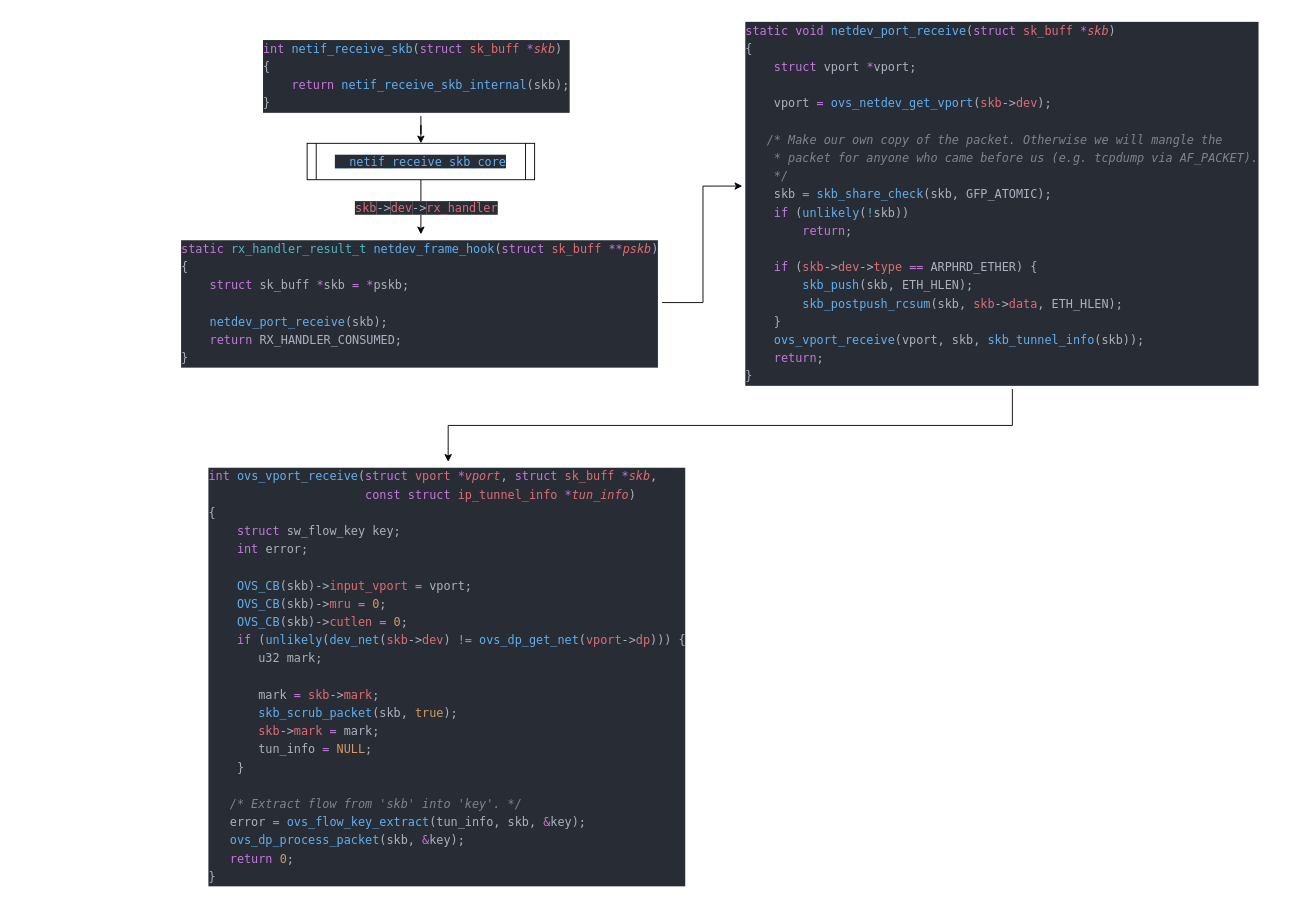
This is annotation/ovs/datapath/frame_hook.drawio from ChaosXu/linux-src-annotated, a draw.io file, before an edit. Source tidied: cells renumbered, new cells numbered last; positions are measured from the earlier drawing's top-left corner, leaving out a move shared by most shapes. Both pictures are drawn from the tidied source at 91%, with x=0, y=0 at pixel (179, 15).
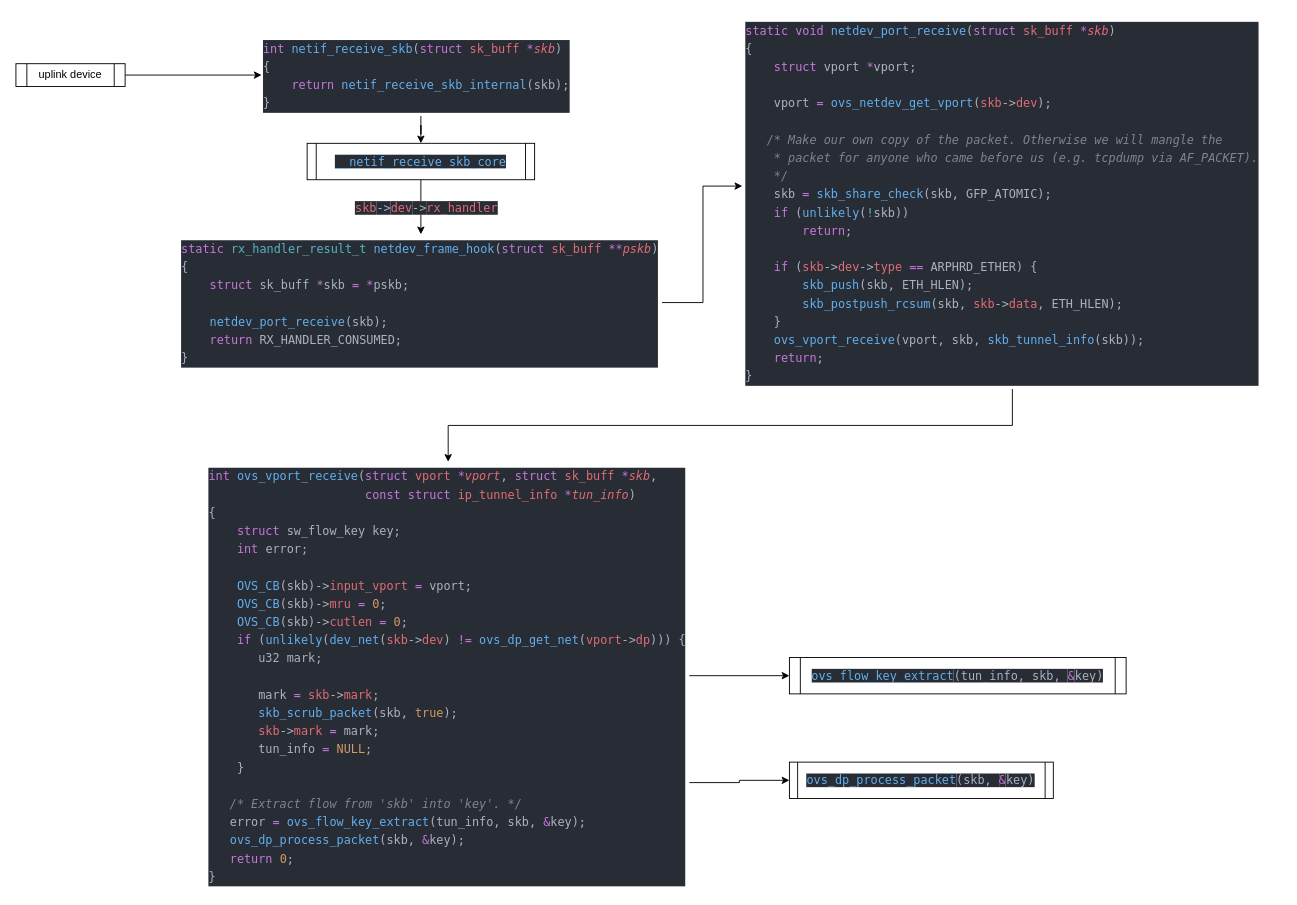
Above is the later version.

Unchanged cells that the change refers to:
```xml
<mxCell id="3" value="&lt;div style=&quot;color: rgb(171 , 178 , 191) ; background-color: rgb(40 , 44 , 52) ; font-family: &amp;#34;monaco&amp;#34; , &amp;#34;menlo&amp;#34; , &amp;#34;monaco&amp;#34; , &amp;#34;courier new&amp;#34; , monospace ; font-weight: normal ; font-size: 13px ; line-height: 20px&quot;&gt;&lt;div&gt;&lt;span style=&quot;color: #c678dd&quot;&gt;int&lt;/span&gt;&lt;span style=&quot;color: #abb2bf&quot;&gt; &lt;/span&gt;&lt;span style=&quot;color: #61afef&quot;&gt;netif_receive_skb&lt;/span&gt;&lt;span style=&quot;color: #abb2bf&quot;&gt;(&lt;/span&gt;&lt;span style=&quot;color: #c678dd&quot;&gt;struct&lt;/span&gt;&lt;span style=&quot;color: #e06c75&quot;&gt; sk_buff &lt;/span&gt;&lt;span style=&quot;color: #c678dd&quot;&gt;*&lt;/span&gt;&lt;span style=&quot;color: #e06c75 ; font-style: italic&quot;&gt;skb&lt;/span&gt;&lt;span style=&quot;color: #abb2bf&quot;&gt;)&lt;/span&gt;&lt;/div&gt;&lt;div&gt;&lt;span style=&quot;color: #abb2bf&quot;&gt;{&lt;/span&gt;&lt;/div&gt;&lt;div&gt;&lt;span style=&quot;color: rgb(198 , 120 , 221)&quot;&gt;&amp;nbsp; &amp;nbsp; return&lt;/span&gt; &lt;span style=&quot;color: rgb(97 , 175 , 239)&quot;&gt;netif_receive_skb_internal&lt;/span&gt;(skb);&lt;br&gt;&lt;/div&gt;&lt;div&gt;&lt;span style=&quot;color: #abb2bf&quot;&gt;}&lt;/span&gt;&lt;/div&gt;&lt;/div&gt;" style="text;whiteSpace=wrap;html=1;" parent="1" vertex="1">
  <mxGeometry x="90" y="20" width="350" height="90" as="geometry" />
</mxCell>
<mxCell id="11" value="&lt;div style=&quot;color: rgb(171 , 178 , 191) ; background-color: rgb(40 , 44 , 52) ; font-family: &amp;#34;monaco&amp;#34; , &amp;#34;menlo&amp;#34; , &amp;#34;monaco&amp;#34; , &amp;#34;courier new&amp;#34; , monospace ; font-weight: normal ; font-size: 13px ; line-height: 20px&quot;&gt;&lt;div&gt;&lt;span style=&quot;color: #c678dd&quot;&gt;int&lt;/span&gt;&lt;span style=&quot;color: #abb2bf&quot;&gt; &lt;/span&gt;&lt;span style=&quot;color: #61afef&quot;&gt;ovs_vport_receive&lt;/span&gt;&lt;span style=&quot;color: #abb2bf&quot;&gt;(&lt;/span&gt;&lt;span style=&quot;color: #c678dd&quot;&gt;struct&lt;/span&gt;&lt;span style=&quot;color: #e06c75&quot;&gt; vport &lt;/span&gt;&lt;span style=&quot;color: #c678dd&quot;&gt;*&lt;/span&gt;&lt;span style=&quot;color: #e06c75 ; font-style: italic&quot;&gt;vport&lt;/span&gt;&lt;span style=&quot;color: #abb2bf&quot;&gt;,&lt;/span&gt;&lt;span style=&quot;color: #e06c75&quot;&gt; &lt;/span&gt;&lt;span style=&quot;color: #c678dd&quot;&gt;struct&lt;/span&gt;&lt;span style=&quot;color: #e06c75&quot;&gt; sk_buff &lt;/span&gt;&lt;span style=&quot;color: #c678dd&quot;&gt;*&lt;/span&gt;&lt;span style=&quot;color: #e06c75 ; font-style: italic&quot;&gt;skb&lt;/span&gt;&lt;span style=&quot;color: #abb2bf&quot;&gt;,&lt;/span&gt;&lt;/div&gt;&lt;div&gt;&lt;span style=&quot;color: #e06c75&quot;&gt;&lt;/span&gt;&lt;span style=&quot;color: #c678dd&quot;&gt;&amp;nbsp; &amp;nbsp; &amp;nbsp; &amp;nbsp; &amp;nbsp; &amp;nbsp; &amp;nbsp; &amp;nbsp; &amp;nbsp; &amp;nbsp; &amp;nbsp; const&lt;/span&gt;&lt;span style=&quot;color: #e06c75&quot;&gt; &lt;/span&gt;&lt;span style=&quot;color: #c678dd&quot;&gt;struct&lt;/span&gt;&lt;span style=&quot;color: #e06c75&quot;&gt; ip_tunnel_info &lt;/span&gt;&lt;span style=&quot;color: #c678dd&quot;&gt;*&lt;/span&gt;&lt;span style=&quot;color: #e06c75 ; font-style: italic&quot;&gt;tun_info&lt;/span&gt;&lt;span style=&quot;color: #abb2bf&quot;&gt;)&lt;/span&gt;&lt;/div&gt;&lt;div&gt;&lt;span style=&quot;color: #abb2bf&quot;&gt;{&lt;/span&gt;&lt;/div&gt;&lt;div&gt;&lt;span style=&quot;color: #abb2bf&quot;&gt;&lt;/span&gt;&lt;span style=&quot;color: #c678dd&quot;&gt;&amp;nbsp; &amp;nbsp; struct&lt;/span&gt;&lt;span style=&quot;color: #abb2bf&quot;&gt; sw_flow_key key;&lt;/span&gt;&lt;/div&gt;&lt;div&gt;&lt;span style=&quot;color: #abb2bf&quot;&gt;&lt;/span&gt;&lt;span style=&quot;color: #c678dd&quot;&gt;&amp;nbsp; &amp;nbsp; int&lt;/span&gt;&lt;span style=&quot;color: #abb2bf&quot;&gt; error;&lt;/span&gt;&lt;/div&gt;&lt;br&gt;&lt;div&gt;&lt;span style=&quot;color: #abb2bf&quot;&gt;&lt;/span&gt;&lt;span style=&quot;color: #61afef&quot;&gt;&amp;nbsp; &amp;nbsp; OVS_CB&lt;/span&gt;&lt;span style=&quot;color: #abb2bf&quot;&gt;(skb)-&amp;gt;&lt;/span&gt;&lt;span style=&quot;color: #e06c75&quot;&gt;input_vport&lt;/span&gt;&lt;span style=&quot;color: #abb2bf&quot;&gt; &lt;/span&gt;&lt;span style=&quot;color: #c678dd&quot;&gt;=&lt;/span&gt;&lt;span style=&quot;color: #abb2bf&quot;&gt; vport;&lt;/span&gt;&lt;/div&gt;&lt;div&gt;&lt;span style=&quot;color: #abb2bf&quot;&gt;&lt;/span&gt;&lt;span style=&quot;color: #61afef&quot;&gt;&amp;nbsp; &amp;nbsp; OVS_CB&lt;/span&gt;&lt;span style=&quot;color: #abb2bf&quot;&gt;(skb)-&amp;gt;&lt;/span&gt;&lt;span style=&quot;color: #e06c75&quot;&gt;mru&lt;/span&gt;&lt;span style=&quot;color: #abb2bf&quot;&gt; &lt;/span&gt;&lt;span style=&quot;color: #c678dd&quot;&gt;=&lt;/span&gt;&lt;span style=&quot;color: #abb2bf&quot;&gt; &lt;/span&gt;&lt;span style=&quot;color: #d19a66&quot;&gt;0&lt;/span&gt;&lt;span style=&quot;color: #abb2bf&quot;&gt;;&lt;/span&gt;&lt;/div&gt;&lt;div&gt;&lt;span style=&quot;color: #abb2bf&quot;&gt;&lt;/span&gt;&lt;span style=&quot;color: #61afef&quot;&gt;&amp;nbsp; &amp;nbsp; OVS_CB&lt;/span&gt;&lt;span style=&quot;color: #abb2bf&quot;&gt;(skb)-&amp;gt;&lt;/span&gt;&lt;span style=&quot;color: #e06c75&quot;&gt;cutlen&lt;/span&gt;&lt;span style=&quot;color: #abb2bf&quot;&gt; &lt;/span&gt;&lt;span style=&quot;color: #c678dd&quot;&gt;=&lt;/span&gt;&lt;span style=&quot;color: #abb2bf&quot;&gt; &lt;/span&gt;&lt;span style=&quot;color: #d19a66&quot;&gt;0&lt;/span&gt;&lt;span style=&quot;color: #abb2bf&quot;&gt;;&lt;/span&gt;&lt;/div&gt;&lt;div&gt;&lt;span style=&quot;color: #abb2bf&quot;&gt;&lt;/span&gt;&lt;span style=&quot;color: #c678dd&quot;&gt;&amp;nbsp; &amp;nbsp; if&lt;/span&gt;&lt;span style=&quot;color: #abb2bf&quot;&gt; (&lt;/span&gt;&lt;span style=&quot;color: #61afef&quot;&gt;unlikely&lt;/span&gt;&lt;span style=&quot;color: #abb2bf&quot;&gt;(&lt;/span&gt;&lt;span style=&quot;color: #61afef&quot;&gt;dev_net&lt;/span&gt;&lt;span style=&quot;color: #abb2bf&quot;&gt;(&lt;/span&gt;&lt;span style=&quot;color: #e06c75&quot;&gt;skb&lt;/span&gt;&lt;span style=&quot;color: #abb2bf&quot;&gt;-&amp;gt;&lt;/span&gt;&lt;span style=&quot;color: #e06c75&quot;&gt;dev&lt;/span&gt;&lt;span style=&quot;color: #abb2bf&quot;&gt;) &lt;/span&gt;&lt;span style=&quot;color: #c678dd&quot;&gt;!=&lt;/span&gt;&lt;span style=&quot;color: #abb2bf&quot;&gt; &lt;/span&gt;&lt;span style=&quot;color: #61afef&quot;&gt;ovs_dp_get_net&lt;/span&gt;&lt;span style=&quot;color: #abb2bf&quot;&gt;(&lt;/span&gt;&lt;span style=&quot;color: #e06c75&quot;&gt;vport&lt;/span&gt;&lt;span style=&quot;color: #abb2bf&quot;&gt;-&amp;gt;&lt;/span&gt;&lt;span style=&quot;color: #e06c75&quot;&gt;dp&lt;/span&gt;&lt;span style=&quot;color: #abb2bf&quot;&gt;))) {&lt;/span&gt;&lt;/div&gt;&lt;div&gt;&lt;span style=&quot;color: #abb2bf&quot;&gt;&amp;nbsp; &amp;nbsp; &amp;nbsp; &amp;nbsp;u32 mark;&lt;/span&gt;&lt;/div&gt;&lt;br&gt;&lt;div&gt;&lt;span style=&quot;color: #abb2bf&quot;&gt;&amp;nbsp; &amp;nbsp; &amp;nbsp; &amp;nbsp;mark &lt;/span&gt;&lt;span style=&quot;color: #c678dd&quot;&gt;=&lt;/span&gt;&lt;span style=&quot;color: #abb2bf&quot;&gt; &lt;/span&gt;&lt;span style=&quot;color: #e06c75&quot;&gt;skb&lt;/span&gt;&lt;span style=&quot;color: #abb2bf&quot;&gt;-&amp;gt;&lt;/span&gt;&lt;span style=&quot;color: #e06c75&quot;&gt;mark&lt;/span&gt;&lt;span style=&quot;color: #abb2bf&quot;&gt;;&lt;/span&gt;&lt;/div&gt;&lt;div&gt;&lt;span style=&quot;color: #abb2bf&quot;&gt;&lt;/span&gt;&lt;span style=&quot;color: #61afef&quot;&gt;&amp;nbsp; &amp;nbsp; &amp;nbsp; &amp;nbsp;skb_scrub_packet&lt;/span&gt;&lt;span style=&quot;color: #abb2bf&quot;&gt;(skb, &lt;/span&gt;&lt;span style=&quot;color: #d19a66&quot;&gt;true&lt;/span&gt;&lt;span style=&quot;color: #abb2bf&quot;&gt;);&lt;/span&gt;&lt;/div&gt;&lt;div&gt;&lt;span style=&quot;color: #abb2bf&quot;&gt;&lt;/span&gt;&lt;span style=&quot;color: #e06c75&quot;&gt;&amp;nbsp; &amp;nbsp; &amp;nbsp; &amp;nbsp;skb&lt;/span&gt;&lt;span style=&quot;color: #abb2bf&quot;&gt;-&amp;gt;&lt;/span&gt;&lt;span style=&quot;color: #e06c75&quot;&gt;mark&lt;/span&gt;&lt;span style=&quot;color: #abb2bf&quot;&gt; &lt;/span&gt;&lt;span style=&quot;color: #c678dd&quot;&gt;=&lt;/span&gt;&lt;span style=&quot;color: #abb2bf&quot;&gt; mark;&lt;/span&gt;&lt;/div&gt;&lt;div&gt;&lt;span style=&quot;color: #abb2bf&quot;&gt;&amp;nbsp; &amp;nbsp; &amp;nbsp; &amp;nbsp;tun_info &lt;/span&gt;&lt;span style=&quot;color: #c678dd&quot;&gt;=&lt;/span&gt;&lt;span style=&quot;color: #abb2bf&quot;&gt; &lt;/span&gt;&lt;span style=&quot;color: #d19a66&quot;&gt;NULL&lt;/span&gt;&lt;span style=&quot;color: #abb2bf&quot;&gt;;&lt;/span&gt;&lt;/div&gt;&lt;div&gt;&lt;span style=&quot;color: #abb2bf&quot;&gt;&amp;nbsp; &amp;nbsp; }&lt;/span&gt;&lt;/div&gt;&lt;br&gt;&lt;div&gt;&lt;span style=&quot;color: #abb2bf&quot;&gt;&lt;/span&gt;&lt;span style=&quot;color: #7f848e ; font-style: italic&quot;&gt;&amp;nbsp; &amp;nbsp;/* Extract flow from 'skb' into 'key'. */&lt;/span&gt;&lt;/div&gt;&lt;div&gt;&lt;span style=&quot;color: #abb2bf&quot;&gt;&amp;nbsp; &amp;nbsp;error &lt;/span&gt;&lt;span style=&quot;color: #c678dd&quot;&gt;=&lt;/span&gt;&lt;span style=&quot;color: #abb2bf&quot;&gt; &lt;/span&gt;&lt;span style=&quot;color: #61afef&quot;&gt;ovs_flow_key_extract&lt;/span&gt;&lt;span style=&quot;color: #abb2bf&quot;&gt;(tun_info, skb, &lt;/span&gt;&lt;span style=&quot;color: #c678dd&quot;&gt;&amp;amp;&lt;/span&gt;&lt;span style=&quot;color: #abb2bf&quot;&gt;key);&lt;/span&gt;&lt;/div&gt;&lt;div&gt;&lt;span style=&quot;color: #abb2bf&quot;&gt;&lt;/span&gt;&lt;span style=&quot;color: #61afef&quot;&gt;&amp;nbsp; &amp;nbsp;ovs_dp_process_packet&lt;/span&gt;&lt;span style=&quot;color: #abb2bf&quot;&gt;(skb, &lt;/span&gt;&lt;span style=&quot;color: #c678dd&quot;&gt;&amp;amp;&lt;/span&gt;&lt;span style=&quot;color: #abb2bf&quot;&gt;key);&lt;/span&gt;&lt;/div&gt;&lt;div&gt;&lt;span style=&quot;color: #abb2bf&quot;&gt;&lt;/span&gt;&lt;span style=&quot;color: #c678dd&quot;&gt;&amp;nbsp; &amp;nbsp;return&lt;/span&gt;&lt;span style=&quot;color: #abb2bf&quot;&gt; &lt;/span&gt;&lt;span style=&quot;color: #d19a66&quot;&gt;0&lt;/span&gt;&lt;span style=&quot;color: #abb2bf&quot;&gt;;&lt;/span&gt;&lt;/div&gt;&lt;div&gt;&lt;span style=&quot;color: #abb2bf&quot;&gt;}&lt;/span&gt;&lt;/div&gt;&lt;/div&gt;" style="text;whiteSpace=wrap;html=1;" parent="1" vertex="1">
  <mxGeometry x="30" y="490" width="530" height="470" as="geometry" />
</mxCell>
```

Change to the diagram source:
```diff
@@
+    <mxCell id="12" style="edgeStyle=orthogonalEdgeStyle;rounded=0;jettySize=auto;html=1;exitX=1;exitY=0.5;exitDx=0;exitDy=0;entryX=0;entryY=0.5;entryDx=0;entryDy=0;" parent="1" edge="1" source="11" target="16">
+      <mxGeometry relative="1" as="geometry" />
+    </mxCell>
+    <mxCell id="13" style="edgeStyle=orthogonalEdgeStyle;rounded=0;jettySize=auto;html=1;exitX=1;exitY=0.75;exitDx=0;exitDy=0;entryX=0;entryY=0.5;entryDx=0;entryDy=0;" parent="1" edge="1" source="11" target="17">
+      <mxGeometry relative="1" as="geometry" />
+    </mxCell>
@@
+    <mxCell id="14" style="edgeStyle=orthogonalEdgeStyle;rounded=0;jettySize=auto;html=1;exitX=1;exitY=0.5;exitDx=0;exitDy=0;entryX=0;entryY=0.5;entryDx=0;entryDy=0;" parent="1" edge="1" source="15" target="3">
+      <mxGeometry relative="1" as="geometry" />
+    </mxCell>
+    <mxCell id="15" value="uplink device" style="shape=process;whiteSpace=wrap;html=1;backgroundOutline=1;" parent="1" vertex="1">
+      <mxGeometry x="-180" y="52.5" width="120" height="25" as="geometry" />
+    </mxCell>
+    <mxCell id="16" value="&lt;span style=&quot;font-family: &amp;#34;monaco&amp;#34; , &amp;#34;menlo&amp;#34; , &amp;#34;monaco&amp;#34; , &amp;#34;courier new&amp;#34; , monospace ; font-size: 13px ; text-align: left ; background-color: rgb(40 , 44 , 52) ; color: rgb(97 , 175 , 239)&quot;&gt;ovs_flow_key_extract&lt;/span&gt;&lt;span style=&quot;color: rgb(171 , 178 , 191) ; font-family: &amp;#34;monaco&amp;#34; , &amp;#34;menlo&amp;#34; , &amp;#34;monaco&amp;#34; , &amp;#34;courier new&amp;#34; , monospace ; font-size: 13px ; text-align: left ; background-color: rgb(40 , 44 , 52)&quot;&gt;(tun_info, skb,&amp;nbsp;&lt;/span&gt;&lt;span style=&quot;font-family: &amp;#34;monaco&amp;#34; , &amp;#34;menlo&amp;#34; , &amp;#34;monaco&amp;#34; , &amp;#34;courier new&amp;#34; , monospace ; font-size: 13px ; text-align: left ; background-color: rgb(40 , 44 , 52) ; color: rgb(198 , 120 , 221)&quot;&gt;&amp;amp;&lt;/span&gt;&lt;span style=&quot;color: rgb(171 , 178 , 191) ; font-family: &amp;#34;monaco&amp;#34; , &amp;#34;menlo&amp;#34; , &amp;#34;monaco&amp;#34; , &amp;#34;courier new&amp;#34; , monospace ; font-size: 13px ; text-align: left ; background-color: rgb(40 , 44 , 52)&quot;&gt;key)&lt;/span&gt;" style="shape=process;whiteSpace=wrap;html=1;backgroundOutline=1;size=0.03225806451612903;" parent="1" vertex="1">
+      <mxGeometry x="670" y="705" width="370" height="40" as="geometry" />
+    </mxCell>
+    <mxCell id="17" value="&lt;span style=&quot;font-family: &amp;#34;monaco&amp;#34; , &amp;#34;menlo&amp;#34; , &amp;#34;monaco&amp;#34; , &amp;#34;courier new&amp;#34; , monospace ; font-size: 13px ; text-align: left ; background-color: rgb(40 , 44 , 52) ; color: rgb(97 , 175 , 239)&quot;&gt;ovs_dp_process_packet&lt;/span&gt;&lt;span style=&quot;color: rgb(171 , 178 , 191) ; font-family: &amp;#34;monaco&amp;#34; , &amp;#34;menlo&amp;#34; , &amp;#34;monaco&amp;#34; , &amp;#34;courier new&amp;#34; , monospace ; font-size: 13px ; text-align: left ; background-color: rgb(40 , 44 , 52)&quot;&gt;(skb,&amp;nbsp;&lt;/span&gt;&lt;span style=&quot;font-family: &amp;#34;monaco&amp;#34; , &amp;#34;menlo&amp;#34; , &amp;#34;monaco&amp;#34; , &amp;#34;courier new&amp;#34; , monospace ; font-size: 13px ; text-align: left ; background-color: rgb(40 , 44 , 52) ; color: rgb(198 , 120 , 221)&quot;&gt;&amp;amp;&lt;/span&gt;&lt;span style=&quot;color: rgb(171 , 178 , 191) ; font-family: &amp;#34;monaco&amp;#34; , &amp;#34;menlo&amp;#34; , &amp;#34;monaco&amp;#34; , &amp;#34;courier new&amp;#34; , monospace ; font-size: 13px ; text-align: left ; background-color: rgb(40 , 44 , 52)&quot;&gt;key)&lt;/span&gt;" style="shape=process;whiteSpace=wrap;html=1;backgroundOutline=1;size=0.03225806451612903;" parent="1" vertex="1">
+      <mxGeometry x="670" y="820" width="290" height="40" as="geometry" />
+    </mxCell>
```
